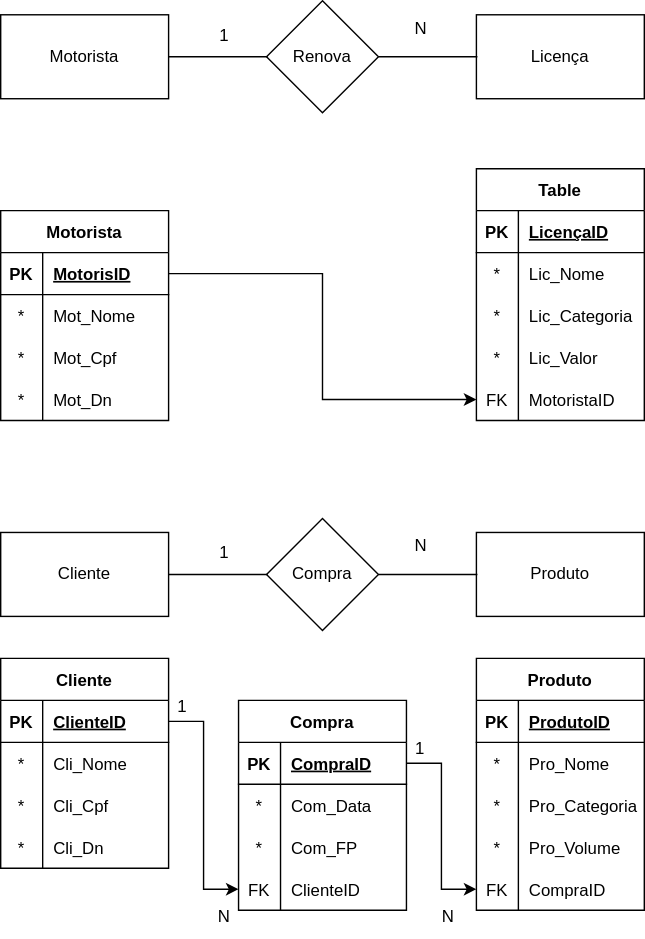
This is Diagrama sem nome.drawio.svg from VWplayer/Questoes-Ninho, a draw.io export, as it was before one commit. Source tidied: cells renumbered, new cells last; positions are measured from the earlier drawing's top-left corner, leaving out a move shared by most shapes.
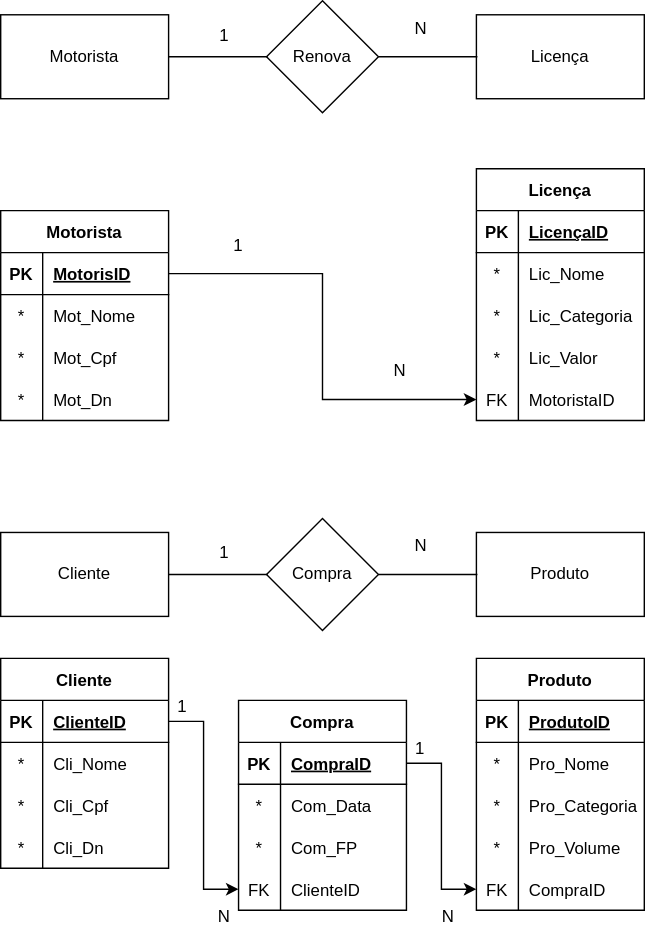
The same file after the commit.

Diff of the diagram source:
```diff
@@ -27,7 +27,7 @@
     <mxCell id="8" value="N" style="text;html=1;align=center;verticalAlign=middle;strokeColor=none;fillColor=none;" parent="1" vertex="1">
       <mxGeometry x="285" y="5" width="30" height="30" as="geometry" />
     </mxCell>
-    <mxCell id="9" value="Table" style="shape=table;startSize=30;rowLines=0;fontStyle=1;align=center;" parent="1" vertex="1">
+    <mxCell id="9" value="Licença" style="shape=table;startSize=30;rowLines=0;fontStyle=1;align=center;" parent="1" vertex="1">
       <mxGeometry x="340" y="120" width="120" height="180" as="geometry" />
     </mxCell>
     <mxCell id="10" style="shape=tableRow;horizontal=0;startSize=0;swimlaneHead=0;swimlaneBody=0;fillColor=none;top=0;left=0;right=0;bottom=1;" parent="9" vertex="1">
@@ -286,5 +286,11 @@
     <mxCell id="93" value="N" style="text;html=1;strokeColor=none;fillColor=none;align=center;verticalAlign=middle;whiteSpace=wrap;rounded=0;" parent="1" vertex="1">
       <mxGeometry x="290" y="640" width="60" height="30" as="geometry" />
     </mxCell>
+    <mxCell id="94" value="1" style="text;html=1;strokeColor=none;fillColor=none;align=center;verticalAlign=middle;whiteSpace=wrap;rounded=0;" parent="1" vertex="1">
+      <mxGeometry x="140" y="160" width="60" height="30" as="geometry" />
+    </mxCell>
+    <mxCell id="95" value="N" style="text;html=1;align=center;verticalAlign=middle;strokeColor=none;fillColor=none;" parent="1" vertex="1">
+      <mxGeometry x="270" y="250" width="30" height="30" as="geometry" />
+    </mxCell>
   </root>
 </mxGraphModel>
```
